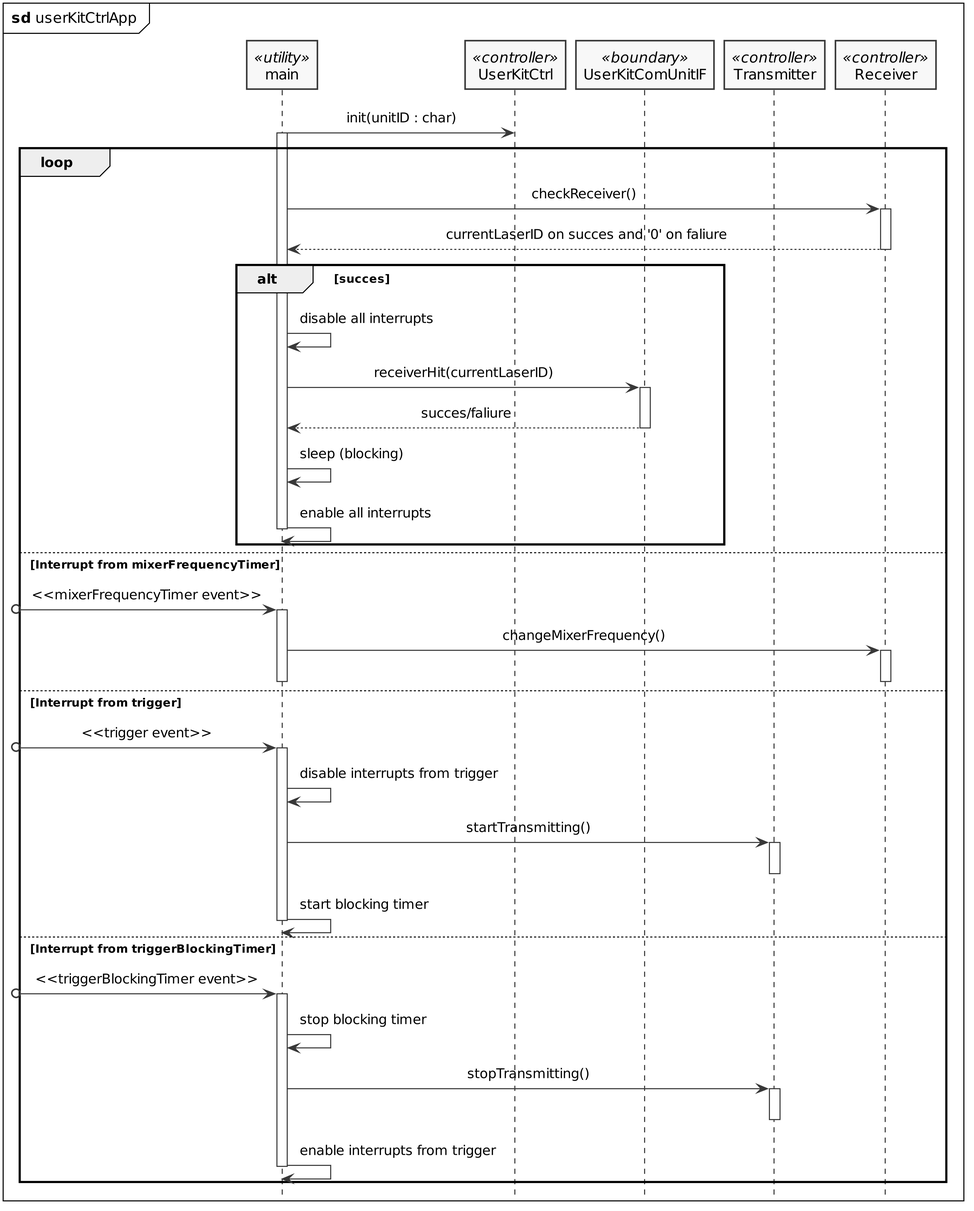
Earlier version of the PlantUML export PlantUML/out/userKitCtrlApp_sd.png (LasseKrarup/Laser-Tag-Project).
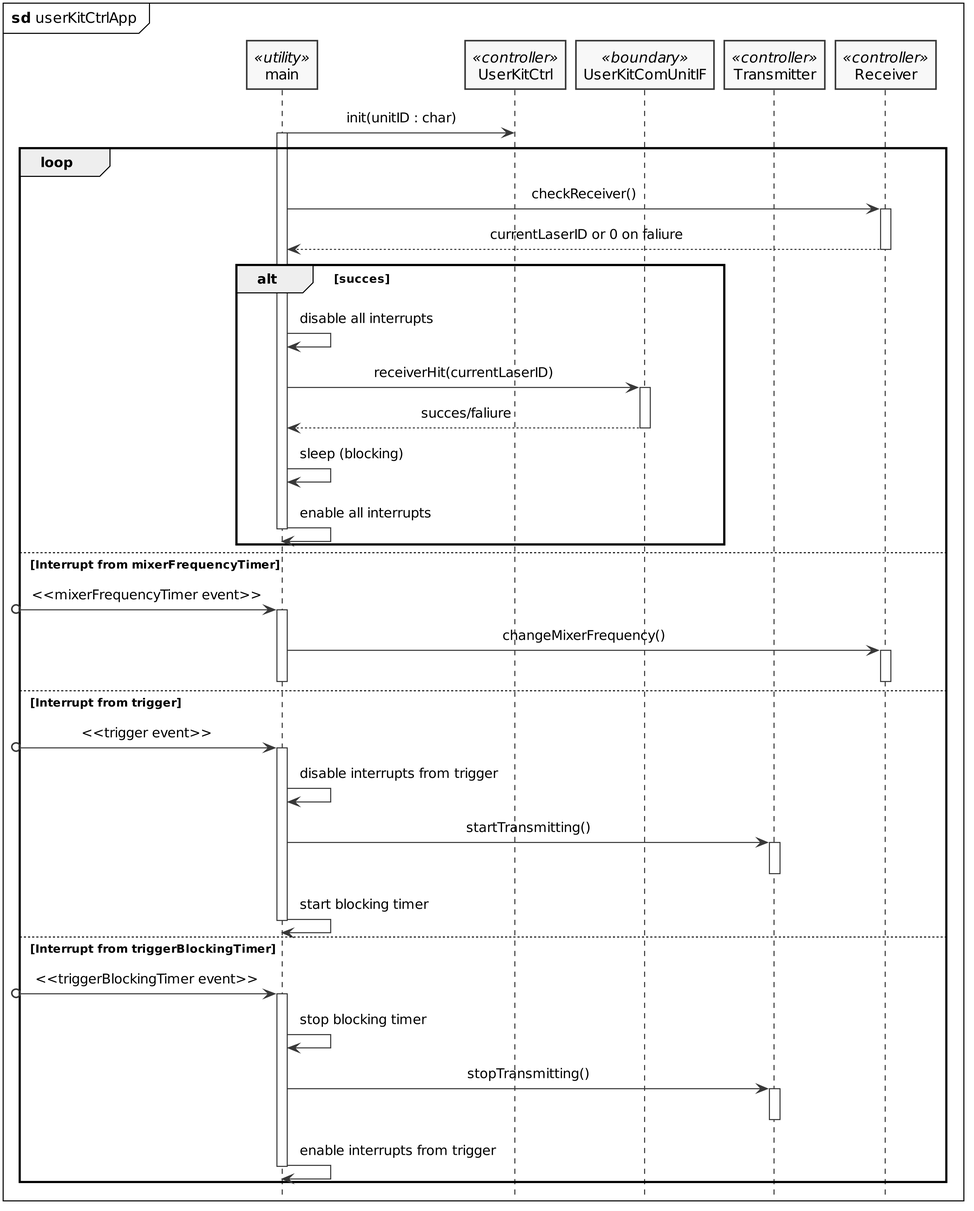
After the change.

What changed in the source:
```diff
@@ -24,7 +24,7 @@
 loop
     activate main
     main -> Receiver++: checkReceiver()
-    return currentLaserID on succes and '0' on faliure
+    return currentLaserID or 0 on faliure
 
     alt succes
         main -> main: disable all interrupts
```
